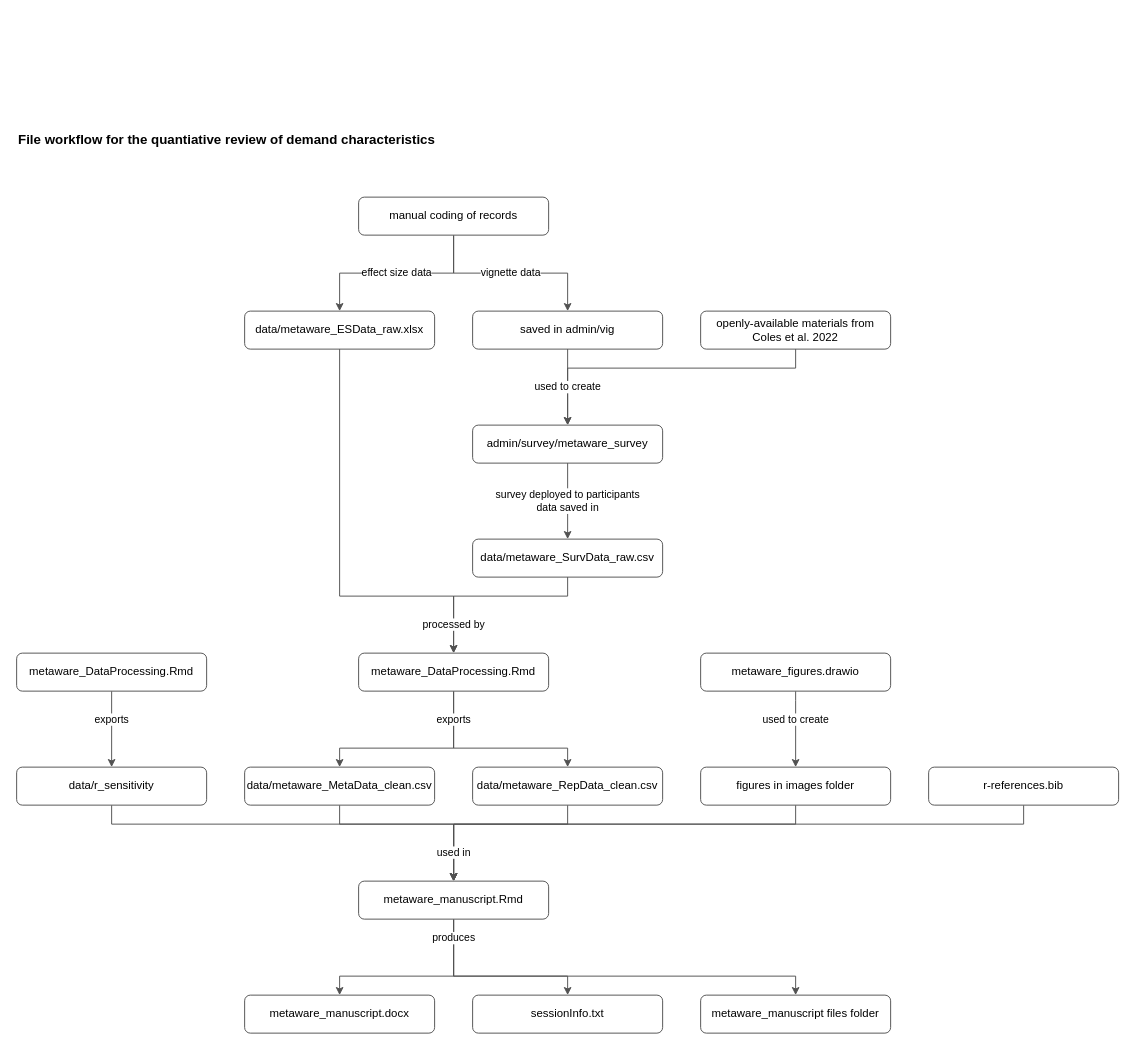
ColesNicholas/metaware keeps this draw.io diagram as page "GithubFileOrg" (4 of 4) of images/metaware_figures.drawio. Above is the earlier version. Source tidied: cells renumbered, new cells numbered last; positions are measured from the earlier drawing's top-left corner, leaving out a move shared by most shapes. Both pictures are drawn from the tidied source at 95%, with x=0, y=0 at pixel (16, 121).
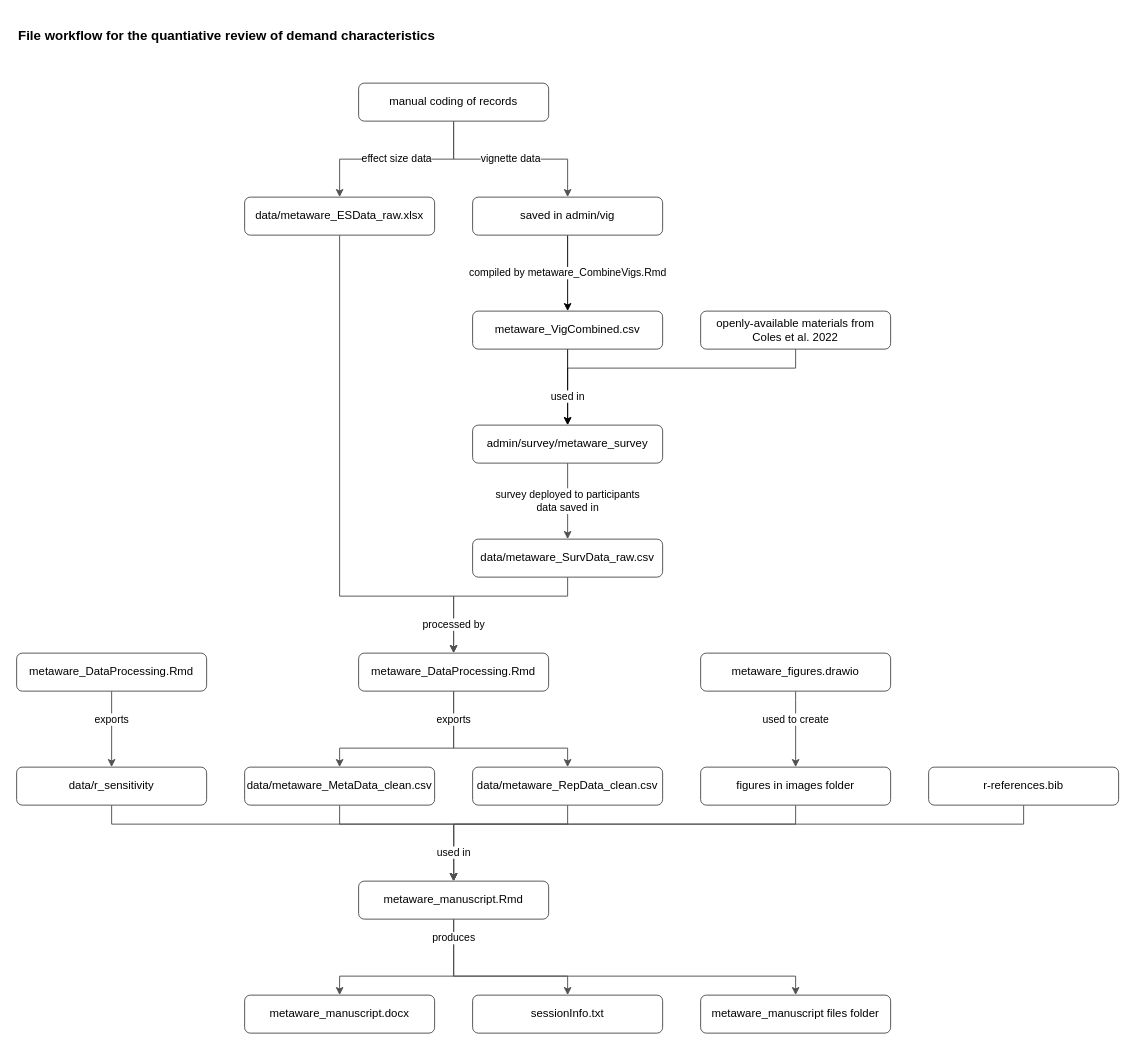
Above is the later version.

Commit message (it also covers changes not shown here):
Minor update to helper figure

The change refers to these unchanged cells:
```xml
<mxCell id="27" value="admin/survey/metaware_survey" style="rounded=1;whiteSpace=wrap;html=1;strokeColor=#525252;align=center;" parent="1" vertex="1">
  <mxGeometry x="480" y="320" width="200" height="40" as="geometry" />
</mxCell>
```

The edit, as a diff of the source:
```diff
@@
     <mxCell id="10" value="data/metaware_ESData_raw.xlsx" style="rounded=1;whiteSpace=wrap;html=1;strokeColor=#525252;align=center;" parent="1" vertex="1">
-      <mxGeometry x="240" y="200" width="200" height="40" as="geometry" />
+      <mxGeometry x="240" y="80" width="200" height="40" as="geometry" />
     </mxCell>
@@
     <mxCell id="30" value="manual coding of records" style="rounded=1;whiteSpace=wrap;html=1;strokeColor=#525252;align=center;" parent="1" vertex="1">
-      <mxGeometry x="360" y="80" width="200" height="40" as="geometry" />
+      <mxGeometry x="360" y="-40" width="200" height="40" as="geometry" />
     </mxCell>
-    <mxCell id="31" value="used to create" style="edgeStyle=orthogonalEdgeStyle;rounded=0;jettySize=auto;html=1;exitX=0.5;exitY=1;exitDx=0;exitDy=0;entryX=0.5;entryY=0;entryDx=0;entryDy=0;strokeColor=#525252;" parent="1" edge="1" source="32" target="27">
-      <mxGeometry relative="1" as="geometry" />
-    </mxCell>
+    <mxCell id="40" value="compiled by&amp;nbsp;metaware_CombineVigs.Rmd" style="edgeStyle=orthogonalEdgeStyle;rounded=0;jettySize=auto;html=1;exitX=0.5;exitY=1;exitDx=0;exitDy=0;entryX=0.5;entryY=0;entryDx=0;entryDy=0;" parent="1" edge="1" source="32" target="42">
+      <mxGeometry relative="1" as="geometry" />
+    </mxCell>
     <mxCell id="32" value="saved in admin/vig" style="rounded=1;whiteSpace=wrap;html=1;strokeColor=#525252;align=center;" parent="1" vertex="1">
-      <mxGeometry x="480" y="200" width="200" height="40" as="geometry" />
+      <mxGeometry x="480" y="80" width="200" height="40" as="geometry" />
     </mxCell>
@@
     <mxCell id="39" value="&lt;b&gt;&lt;font style=&quot;font-size: 14px;&quot;&gt;File workflow for the quantiative review of demand characteristics&lt;/font&gt;&lt;/b&gt;" style="rounded=1;whiteSpace=wrap;html=1;strokeColor=none;align=left;fillColor=default;" parent="1" vertex="1">
-      <mxGeometry width="1140" height="40" as="geometry" />
+      <mxGeometry y="-110" width="1140" height="40" as="geometry" />
     </mxCell>
+    <mxCell id="41" value="used in" style="edgeStyle=orthogonalEdgeStyle;rounded=0;jettySize=auto;html=1;exitX=0.5;exitY=1;exitDx=0;exitDy=0;entryX=0.5;entryY=0;entryDx=0;entryDy=0;" parent="1" edge="1" source="42" target="27">
+      <mxGeometry x="0.25" relative="1" as="geometry" />
+    </mxCell>
+    <mxCell id="42" value="metaware_VigCombined.csv" style="rounded=1;whiteSpace=wrap;html=1;strokeColor=#525252;align=center;" parent="1" vertex="1">
+      <mxGeometry x="480" y="200" width="200" height="40" as="geometry" />
+    </mxCell>
```
